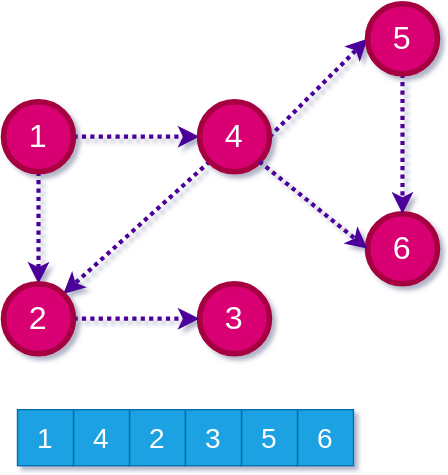
ucoruh/ce100-algorithms-and-programming-II keeps this draw.io diagram as docs/week-10/assets/ce100-week-10-graphs-topological-topo-bfs-6.drawio.svg. Above is the earlier version. Source tidied: cells renumbered, new cells last; positions are measured from the earlier drawing's top-left corner, leaving out a move shared by most shapes.
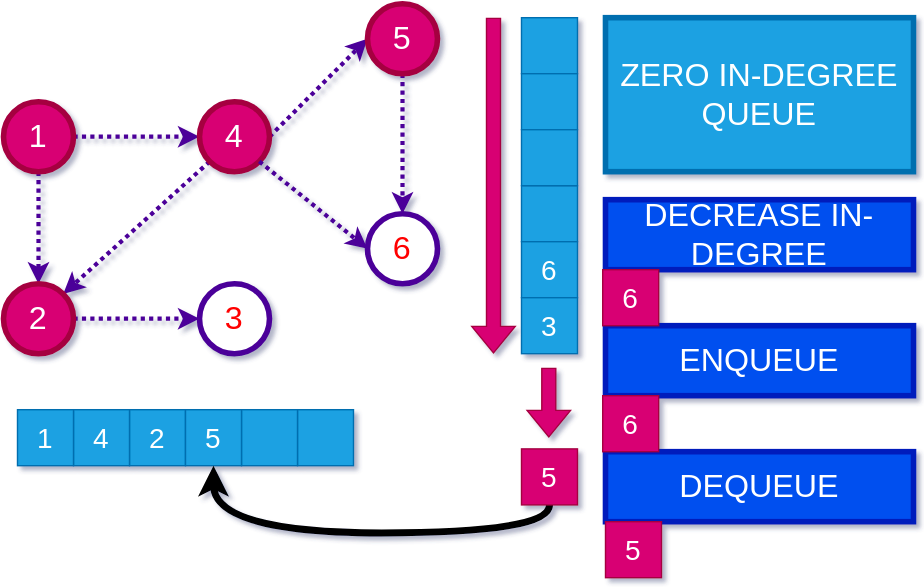
Later version of the same file.

Change to the diagram source:
```diff
@@ -1,63 +1,120 @@
 <mxGraphModel>
   <root>
-    <mxCell id="0" />
-    <mxCell id="1" parent="0" />
+    <mxCell id="21" />
+    <mxCell id="22" parent="21" />
-    <mxCell id="2" style="edgeStyle=none;shape=connector;rounded=0;jettySize=auto;html=1;exitX=0.5;exitY=1;exitDx=0;exitDy=0;entryX=0.5;entryY=0;entryDx=0;entryDy=0;labelBackgroundColor=default;fontFamily=Helvetica;fontSize=23;fontColor=#FF0000;endArrow=classic;endFill=1;strokeColor=#4C0099;strokeWidth=3;dashed=1;dashPattern=1 1;" parent="1" edge="1" source="4" target="12">
+    <mxCell id="2" style="edgeStyle=none;shape=connector;rounded=0;jettySize=auto;html=1;exitX=0.5;exitY=1;exitDx=0;exitDy=0;entryX=0.5;entryY=0;entryDx=0;entryDy=0;labelBackgroundColor=default;fontFamily=Helvetica;fontSize=23;fontColor=#FF0000;endArrow=classic;endFill=1;strokeColor=#4C0099;strokeWidth=3;dashed=1;dashPattern=1 1;" parent="22" edge="1" source="4" target="12">
       <mxGeometry relative="1" as="geometry" />
     </mxCell>
-    <mxCell id="3" style="edgeStyle=none;shape=connector;rounded=0;jettySize=auto;html=1;exitX=1;exitY=0.5;exitDx=0;exitDy=0;labelBackgroundColor=default;fontFamily=Helvetica;fontSize=23;fontColor=#FF0000;endArrow=classic;endFill=1;strokeColor=#4C0099;strokeWidth=3;dashed=1;dashPattern=1 1;" parent="1" edge="1" source="4" target="7">
+    <mxCell id="3" style="edgeStyle=none;shape=connector;rounded=0;jettySize=auto;html=1;exitX=1;exitY=0.5;exitDx=0;exitDy=0;labelBackgroundColor=default;fontFamily=Helvetica;fontSize=23;fontColor=#FF0000;endArrow=classic;endFill=1;strokeColor=#4C0099;strokeWidth=3;dashed=1;dashPattern=1 1;" parent="22" edge="1" source="4" target="7">
       <mxGeometry relative="1" as="geometry" />
     </mxCell>
-    <mxCell id="4" value="1" style="ellipse;whiteSpace=wrap;html=1;fontSize=23;fontColor=#ffffff;strokeColor=#A50040;strokeWidth=4;fillColor=#d80073;" parent="1" vertex="1">
+    <mxCell id="4" value="1" style="ellipse;whiteSpace=wrap;html=1;fontSize=23;fontColor=#ffffff;strokeColor=#A50040;strokeWidth=4;fillColor=#d80073;" parent="22" vertex="1">
       <mxGeometry y="70" width="50" height="50" as="geometry" />
     </mxCell>
-    <mxCell id="5" style="edgeStyle=none;shape=connector;rounded=0;jettySize=auto;html=1;exitX=1;exitY=0.5;exitDx=0;exitDy=0;entryX=0;entryY=0.5;entryDx=0;entryDy=0;labelBackgroundColor=default;fontFamily=Helvetica;fontSize=23;fontColor=#FF0000;endArrow=classic;endFill=1;strokeColor=#4C0099;strokeWidth=3;dashed=1;dashPattern=1 1;" parent="1" edge="1" source="7" target="14">
+    <mxCell id="5" style="edgeStyle=none;shape=connector;rounded=0;jettySize=auto;html=1;exitX=1;exitY=0.5;exitDx=0;exitDy=0;entryX=0;entryY=0.5;entryDx=0;entryDy=0;labelBackgroundColor=default;fontFamily=Helvetica;fontSize=23;fontColor=#FF0000;endArrow=classic;endFill=1;strokeColor=#4C0099;strokeWidth=3;dashed=1;dashPattern=1 1;" parent="22" edge="1" source="7" target="14">
       <mxGeometry relative="1" as="geometry" />
     </mxCell>
-    <mxCell id="6" style="rounded=0;jettySize=auto;html=1;exitX=0;exitY=1;exitDx=0;exitDy=0;entryX=1;entryY=0;entryDx=0;entryDy=0;fontSize=23;strokeColor=#4C0099;fontColor=#FF0000;endFill=1;strokeWidth=3;dashed=1;dashPattern=1 1;" parent="1" edge="1" source="7" target="12">
+    <mxCell id="6" style="rounded=0;jettySize=auto;html=1;exitX=0;exitY=1;exitDx=0;exitDy=0;entryX=1;entryY=0;entryDx=0;entryDy=0;fontSize=23;strokeColor=#4C0099;fontColor=#FF0000;endFill=1;strokeWidth=3;dashed=1;dashPattern=1 1;" parent="22" edge="1" source="7" target="12">
       <mxGeometry relative="1" as="geometry" />
     </mxCell>
-    <mxCell id="7" value="4" style="ellipse;whiteSpace=wrap;html=1;fontSize=23;fontColor=#ffffff;strokeColor=#A50040;strokeWidth=4;fillColor=#d80073;" parent="1" vertex="1">
+    <mxCell id="7" value="4" style="ellipse;whiteSpace=wrap;html=1;fontSize=23;fontColor=#ffffff;strokeColor=#A50040;strokeWidth=4;fillColor=#d80073;" parent="22" vertex="1">
       <mxGeometry x="140" y="70" width="50" height="50" as="geometry" />
     </mxCell>
-    <mxCell id="8" value="6" style="ellipse;whiteSpace=wrap;html=1;fontSize=23;fontColor=#ffffff;strokeColor=#A50040;strokeWidth=4;fillColor=#d80073;" parent="1" vertex="1">
-      <mxGeometry x="260" y="150" width="50" height="50" as="geometry" />
-    </mxCell>
-    <mxCell id="9" style="edgeStyle=none;shape=connector;rounded=0;jettySize=auto;html=1;exitX=1;exitY=1;exitDx=0;exitDy=0;entryX=0;entryY=0.5;entryDx=0;entryDy=0;labelBackgroundColor=default;fontFamily=Helvetica;fontSize=23;fontColor=#FF0000;endArrow=classic;endFill=1;strokeColor=#4C0099;strokeWidth=3;dashed=1;dashPattern=1 1;" parent="1" edge="1" source="7" target="8">
-      <mxGeometry relative="1" as="geometry" />
-    </mxCell>
+    <mxCell id="23" value="6" style="ellipse;whiteSpace=wrap;html=1;fontSize=23;fontColor=#FF0000;strokeColor=#4C0099;strokeWidth=4;" parent="22" vertex="1">
+      <mxGeometry x="260" y="150" width="50" height="50" as="geometry" />
+    </mxCell>
+    <mxCell id="24" style="edgeStyle=none;shape=connector;rounded=0;jettySize=auto;html=1;exitX=1;exitY=1;exitDx=0;exitDy=0;entryX=0;entryY=0.5;entryDx=0;entryDy=0;labelBackgroundColor=default;fontFamily=Helvetica;fontSize=23;fontColor=#FF0000;endArrow=classic;endFill=1;strokeColor=#4C0099;strokeWidth=3;dashed=1;dashPattern=1 1;" parent="22" edge="1" source="7" target="23">
+      <mxGeometry relative="1" as="geometry" />
+    </mxCell>
-    <mxCell id="10" value="3" style="ellipse;whiteSpace=wrap;html=1;fontSize=23;fontColor=#ffffff;strokeColor=#A50040;strokeWidth=4;fillColor=#d80073;" parent="1" vertex="1">
+    <mxCell id="10" value="3" style="ellipse;whiteSpace=wrap;html=1;fontSize=23;fontColor=#FF0000;strokeColor=#4C0099;strokeWidth=4;fillColor=default;" parent="22" vertex="1">
       <mxGeometry x="140" y="200" width="50" height="50" as="geometry" />
     </mxCell>
-    <mxCell id="11" style="edgeStyle=none;shape=connector;rounded=0;jettySize=auto;html=1;exitX=1;exitY=0.5;exitDx=0;exitDy=0;labelBackgroundColor=default;fontFamily=Helvetica;fontSize=23;fontColor=#FF0000;endArrow=classic;endFill=1;strokeColor=#4C0099;strokeWidth=3;dashed=1;dashPattern=1 1;" parent="1" edge="1" source="12" target="10">
+    <mxCell id="11" style="edgeStyle=none;shape=connector;rounded=0;jettySize=auto;html=1;exitX=1;exitY=0.5;exitDx=0;exitDy=0;labelBackgroundColor=default;fontFamily=Helvetica;fontSize=23;fontColor=#FF0000;endArrow=classic;endFill=1;strokeColor=#4C0099;strokeWidth=3;dashed=1;dashPattern=1 1;" parent="22" edge="1" source="12" target="10">
       <mxGeometry relative="1" as="geometry" />
     </mxCell>
-    <mxCell id="12" value="2" style="ellipse;whiteSpace=wrap;html=1;fontSize=23;fontColor=#ffffff;strokeColor=#A50040;strokeWidth=4;fillColor=#d80073;" parent="1" vertex="1">
+    <mxCell id="12" value="2" style="ellipse;whiteSpace=wrap;html=1;fontSize=23;fontColor=#ffffff;strokeColor=#A50040;strokeWidth=4;fillColor=#d80073;" parent="22" vertex="1">
       <mxGeometry y="200" width="50" height="50" as="geometry" />
     </mxCell>
-    <mxCell id="13" style="edgeStyle=orthogonalEdgeStyle;rounded=0;jettySize=auto;html=1;exitX=0.5;exitY=1;exitDx=0;exitDy=0;fontSize=23;strokeColor=#4C0099;fontColor=#FF0000;endFill=1;strokeWidth=3;dashed=1;dashPattern=1 1;" parent="1" edge="1" source="14" target="8">
-      <mxGeometry relative="1" as="geometry" />
-    </mxCell>
+    <mxCell id="25" style="edgeStyle=orthogonalEdgeStyle;rounded=0;jettySize=auto;html=1;exitX=0.5;exitY=1;exitDx=0;exitDy=0;fontSize=23;strokeColor=#4C0099;fontColor=#FF0000;endFill=1;strokeWidth=3;dashed=1;dashPattern=1 1;" parent="22" edge="1" source="14" target="23">
+      <mxGeometry relative="1" as="geometry" />
+    </mxCell>
-    <mxCell id="14" value="5" style="ellipse;whiteSpace=wrap;html=1;fontSize=23;fontColor=#ffffff;strokeColor=#A50040;strokeWidth=4;fillColor=#d80073;" parent="1" vertex="1">
+    <mxCell id="14" value="5" style="ellipse;whiteSpace=wrap;html=1;fontSize=23;fontColor=#ffffff;strokeColor=#A50040;strokeWidth=4;fillColor=#d80073;" parent="22" vertex="1">
       <mxGeometry x="260" width="50" height="50" as="geometry" />
     </mxCell>
-    <mxCell id="15" value="2" style="rounded=0;whiteSpace=wrap;html=1;fillColor=#1ba1e2;fontColor=#ffffff;strokeColor=#006EAF;fontSize=20;" parent="1" vertex="1">
+    <mxCell id="15" value="2" style="rounded=0;whiteSpace=wrap;html=1;fillColor=#1ba1e2;fontColor=#ffffff;strokeColor=#006EAF;fontSize=20;" parent="22" vertex="1">
       <mxGeometry x="90" y="290" width="40" height="40" as="geometry" />
     </mxCell>
-    <mxCell id="16" value="4" style="rounded=0;whiteSpace=wrap;html=1;fillColor=#1ba1e2;fontColor=#ffffff;strokeColor=#006EAF;fontSize=20;" parent="1" vertex="1">
+    <mxCell id="16" value="4" style="rounded=0;whiteSpace=wrap;html=1;fillColor=#1ba1e2;fontColor=#ffffff;strokeColor=#006EAF;fontSize=20;" parent="22" vertex="1">
       <mxGeometry x="50" y="290" width="40" height="40" as="geometry" />
     </mxCell>
-    <mxCell id="17" value="1" style="rounded=0;whiteSpace=wrap;html=1;fillColor=#1ba1e2;fontColor=#ffffff;strokeColor=#006EAF;fontSize=20;" parent="1" vertex="1">
+    <mxCell id="17" value="1" style="rounded=0;whiteSpace=wrap;html=1;fillColor=#1ba1e2;fontColor=#ffffff;strokeColor=#006EAF;fontSize=20;" parent="22" vertex="1">
       <mxGeometry x="10" y="290" width="40" height="40" as="geometry" />
     </mxCell>
+    <mxCell id="26" style="rounded=0;whiteSpace=wrap;html=1;fillColor=#1ba1e2;fontColor=#ffffff;strokeColor=#006EAF;fontSize=20;" parent="22" vertex="1">
+      <mxGeometry x="210" y="290" width="40" height="40" as="geometry" />
+    </mxCell>
+    <mxCell id="27" style="rounded=0;whiteSpace=wrap;html=1;fillColor=#1ba1e2;fontColor=#ffffff;strokeColor=#006EAF;fontSize=20;" parent="22" vertex="1">
+      <mxGeometry x="170" y="290" width="40" height="40" as="geometry" />
+    </mxCell>
+    <mxCell id="19" value="5" style="rounded=0;whiteSpace=wrap;html=1;fillColor=#1ba1e2;fontColor=#ffffff;strokeColor=#006EAF;fontSize=20;" parent="22" vertex="1">
+      <mxGeometry x="130" y="290" width="40" height="40" as="geometry" />
+    </mxCell>
+    <mxCell id="28" value="ZERO IN-DEGREE QUEUE" style="text;html=1;strokeColor=#006EAF;fillColor=#1ba1e2;align=center;verticalAlign=middle;whiteSpace=wrap;rounded=0;fontColor=#ffffff;fontSize=23;strokeWidth=4;" parent="22" vertex="1">
+      <mxGeometry x="430" y="10" width="220" height="110" as="geometry" />
+    </mxCell>
+    <mxCell id="29" style="rounded=0;whiteSpace=wrap;html=1;fillColor=#1ba1e2;fontColor=#ffffff;strokeColor=#006EAF;fontSize=20;" parent="22" vertex="1">
+      <mxGeometry x="370" y="130" width="40" height="40" as="geometry" />
+    </mxCell>
-    <mxCell id="18" value="6" style="rounded=0;whiteSpace=wrap;html=1;fillColor=#1ba1e2;fontColor=#ffffff;strokeColor=#006EAF;fontSize=20;" parent="1" vertex="1">
-      <mxGeometry x="210" y="290" width="40" height="40" as="geometry" />
+    <mxCell id="18" value="6" style="rounded=0;whiteSpace=wrap;html=1;fillColor=#1ba1e2;fontColor=#ffffff;strokeColor=#006EAF;fontSize=20;" parent="22" vertex="1">
+      <mxGeometry x="370" y="170" width="40" height="40" as="geometry" />
     </mxCell>
-    <mxCell id="19" value="5" style="rounded=0;whiteSpace=wrap;html=1;fillColor=#1ba1e2;fontColor=#ffffff;strokeColor=#006EAF;fontSize=20;" parent="1" vertex="1">
-      <mxGeometry x="170" y="290" width="40" height="40" as="geometry" />
-    </mxCell>
-    <mxCell id="20" value="3" style="rounded=0;whiteSpace=wrap;html=1;fillColor=#1ba1e2;fontColor=#ffffff;strokeColor=#006EAF;fontSize=20;" parent="1" vertex="1">
-      <mxGeometry x="130" y="290" width="40" height="40" as="geometry" />
+    <mxCell id="20" value="3" style="rounded=0;whiteSpace=wrap;html=1;fillColor=#1ba1e2;fontColor=#ffffff;strokeColor=#006EAF;fontSize=20;" parent="22" vertex="1">
+      <mxGeometry x="370" y="210" width="40" height="40" as="geometry" />
     </mxCell>
+    <mxCell id="30" style="rounded=0;whiteSpace=wrap;html=1;fillColor=#1ba1e2;fontColor=#ffffff;strokeColor=#006EAF;fontSize=20;" parent="22" vertex="1">
+      <mxGeometry x="370" y="10" width="40" height="40" as="geometry" />
+    </mxCell>
+    <mxCell id="31" style="rounded=0;whiteSpace=wrap;html=1;fillColor=#1ba1e2;fontColor=#ffffff;strokeColor=#006EAF;fontSize=20;" parent="22" vertex="1">
+      <mxGeometry x="370" y="50" width="40" height="40" as="geometry" />
+    </mxCell>
+    <mxCell id="32" style="rounded=0;whiteSpace=wrap;html=1;fillColor=#1ba1e2;fontColor=#ffffff;strokeColor=#006EAF;fontSize=20;" parent="22" vertex="1">
+      <mxGeometry x="370" y="90" width="40" height="40" as="geometry" />
+    </mxCell>
+    <mxCell id="33" style="shape=flexArrow;endArrow=classic;html=1;rounded=0;fillColor=#d80073;strokeColor=#A50040;" parent="22" edge="1">
+      <mxGeometry relative="1" as="geometry">
+        <mxPoint x="350" y="10" as="sourcePoint" />
+        <mxPoint x="350" y="250" as="targetPoint" />
+      </mxGeometry>
+    </mxCell>
+    <mxCell id="34" style="edgeStyle=orthogonalEdgeStyle;curved=1;rounded=0;jettySize=auto;html=1;exitX=0.5;exitY=1;exitDx=0;exitDy=0;entryX=0.5;entryY=1;entryDx=0;entryDy=0;strokeWidth=5;" parent="22" edge="1" source="35" target="19">
+      <mxGeometry relative="1" as="geometry" />
+    </mxCell>
+    <mxCell id="35" value="5" style="rounded=0;whiteSpace=wrap;html=1;fillColor=#d80073;fontColor=#ffffff;strokeColor=#A50040;fontSize=20;" parent="22" vertex="1">
+      <mxGeometry x="370" y="318" width="40" height="40" as="geometry" />
+    </mxCell>
+    <mxCell id="36" style="shape=flexArrow;endArrow=classic;html=1;rounded=0;fillColor=#d80073;strokeColor=#A50040;" parent="22" edge="1">
+      <mxGeometry relative="1" as="geometry">
+        <mxPoint x="389.5" y="260" as="sourcePoint" />
+        <mxPoint x="389.5" y="310" as="targetPoint" />
+      </mxGeometry>
+    </mxCell>
+    <mxCell id="37" value="DECREASE IN-DEGREE" style="text;html=1;strokeColor=#001DBC;fillColor=#0050ef;align=center;verticalAlign=middle;whiteSpace=wrap;rounded=0;fontColor=#ffffff;fontSize=23;strokeWidth=4;" parent="22" vertex="1">
+      <mxGeometry x="430" y="140" width="220" height="50" as="geometry" />
+    </mxCell>
+    <mxCell id="38" value="ENQUEUE" style="text;html=1;strokeColor=#001DBC;fillColor=#0050ef;align=center;verticalAlign=middle;whiteSpace=wrap;rounded=0;fontColor=#ffffff;fontSize=23;strokeWidth=4;" parent="22" vertex="1">
+      <mxGeometry x="430" y="230" width="220" height="50" as="geometry" />
+    </mxCell>
+    <mxCell id="39" value="DEQUEUE" style="text;html=1;strokeColor=#001DBC;fillColor=#0050ef;align=center;verticalAlign=middle;whiteSpace=wrap;rounded=0;fontColor=#ffffff;fontSize=23;strokeWidth=4;" parent="22" vertex="1">
+      <mxGeometry x="430" y="320" width="220" height="50" as="geometry" />
+    </mxCell>
+    <mxCell id="40" value="5" style="rounded=0;whiteSpace=wrap;html=1;fillColor=#d80073;fontColor=#ffffff;strokeColor=#A50040;fontSize=20;" parent="22" vertex="1">
+      <mxGeometry x="430" y="370" width="40" height="40" as="geometry" />
+    </mxCell>
+    <mxCell id="41" value="6" style="rounded=0;whiteSpace=wrap;html=1;fillColor=#d80073;fontColor=#ffffff;strokeColor=#A50040;fontSize=20;" parent="22" vertex="1">
+      <mxGeometry x="428" y="190" width="40" height="40" as="geometry" />
+    </mxCell>
+    <mxCell id="42" value="6" style="rounded=0;whiteSpace=wrap;html=1;fillColor=#d80073;fontColor=#ffffff;strokeColor=#A50040;fontSize=20;" parent="22" vertex="1">
+      <mxGeometry x="428" y="280" width="40" height="40" as="geometry" />
+    </mxCell>
   </root>
 </mxGraphModel>
```
